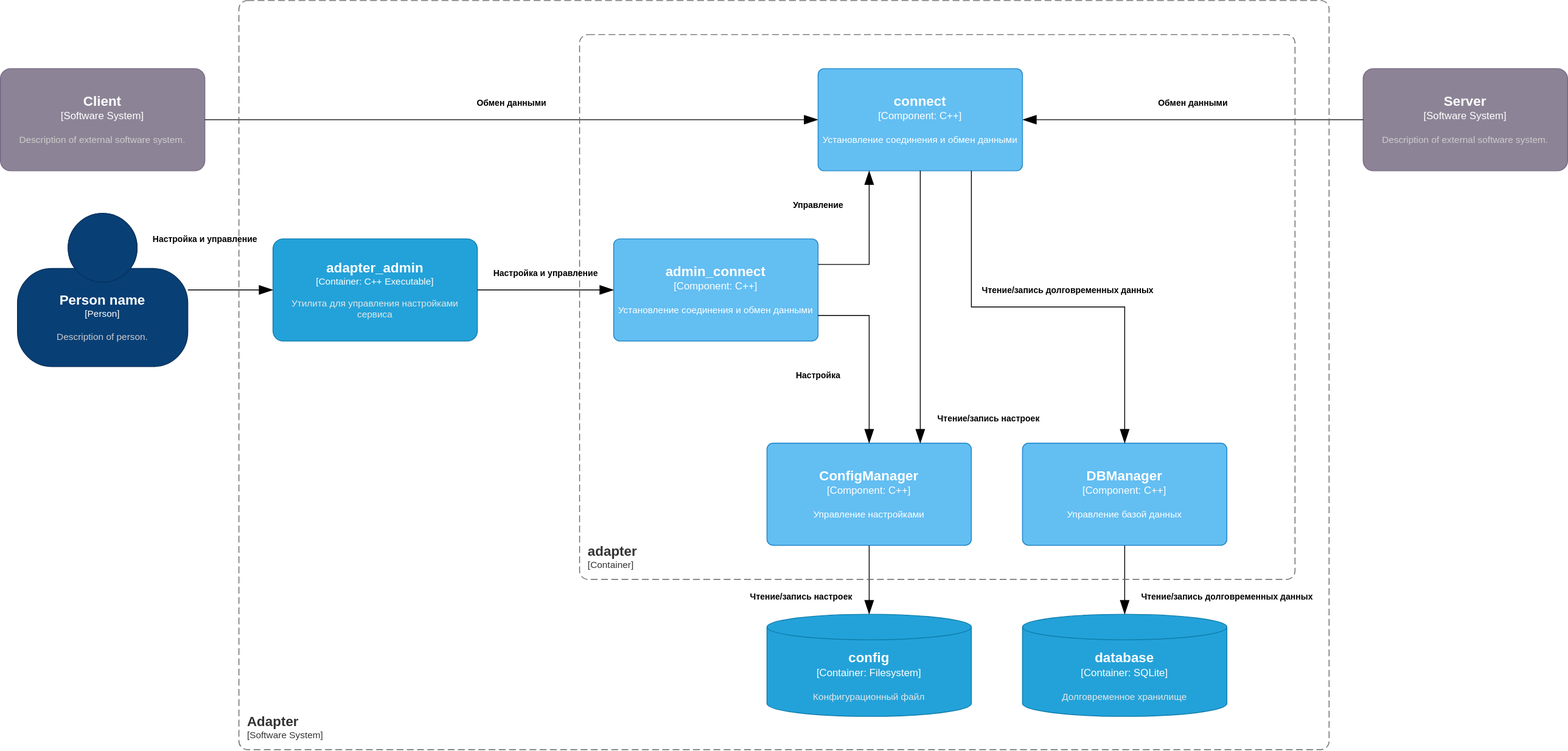
Above: diagrams/ComponentDiagram.svg in OmarovAmir/otus (draw.io), before the change. Source tidied: cells renumbered, new cells last; positions are measured from the earlier drawing's top-left corner, leaving out a move shared by most shapes.
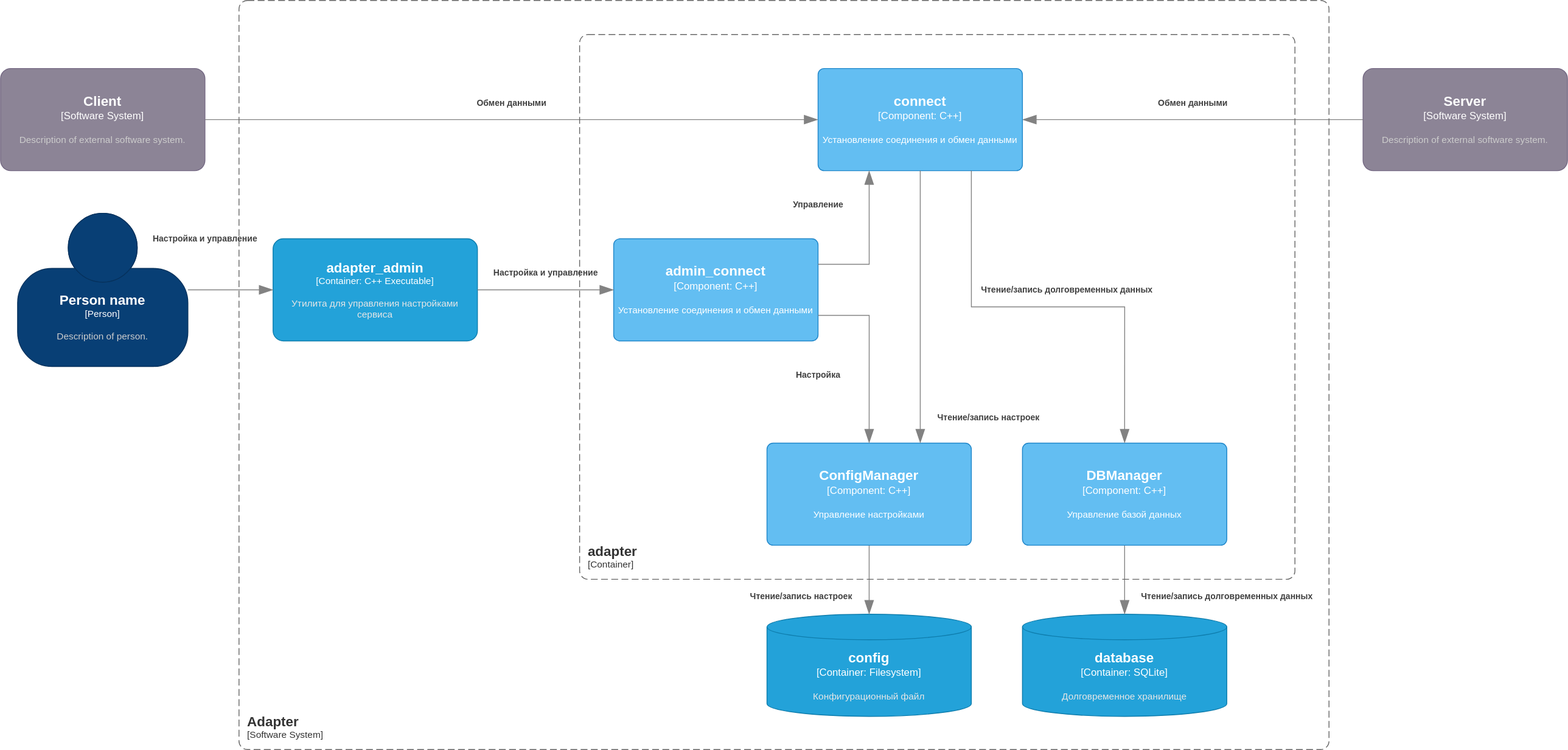
The same file after the commit.

Change to the diagram source:
```diff
@@ -1,4 +1,4 @@
-<mxGraphModel>
+<mxGraphModel background="#FFFFFF">
   <root>
     <mxCell id="0" />
     <mxCell id="1" parent="0" />
@@ -13,12 +13,12 @@
       </mxCell>
     </object>
     <object id="4" label="&lt;div style=&quot;text-align: left&quot;&gt;&lt;div style=&quot;text-align: center&quot;&gt;&lt;b&gt;%c4Description%&lt;/b&gt;&lt;/div&gt;&lt;/div&gt;" c4Description="Обмен данными" c4Type="Relationship" placeholders="1">
-      <mxCell style="endArrow=blockThin;html=1;fontSize=10;fontColor=#000000;strokeWidth=1;endFill=1;strokeColor=#000000;elbow=vertical;endSize=14;startSize=14;jumpStyle=arc;jumpSize=16;rounded=0;edgeStyle=orthogonalEdgeStyle;exitX=1;exitY=0.5;exitDx=0;exitDy=0;exitPerimeter=0;startArrow=none;startFill=0;entryX=0;entryY=0.5;entryDx=0;entryDy=0;entryPerimeter=0;labelBackgroundColor=none;" parent="1" edge="1" source="2" target="13">
+      <mxCell style="endArrow=blockThin;html=1;fontSize=10;fontColor=#404040;strokeWidth=1;endFill=1;strokeColor=#828282;elbow=vertical;endSize=14;startSize=14;jumpStyle=arc;jumpSize=16;rounded=0;edgeStyle=orthogonalEdgeStyle;exitX=1;exitY=0.5;exitDx=0;exitDy=0;exitPerimeter=0;startArrow=none;startFill=0;entryX=0;entryY=0.5;entryDx=0;entryDy=0;entryPerimeter=0;labelBackgroundColor=none;" parent="1" edge="1" source="2" target="13">
         <mxGeometry y="20" relative="1" as="geometry" />
       </mxCell>
     </object>
     <object id="5" label="&lt;div style=&quot;text-align: left&quot;&gt;&lt;div style=&quot;text-align: center&quot;&gt;&lt;b&gt;%c4Description%&lt;/b&gt;&lt;/div&gt;&lt;/div&gt;" c4Description="Обмен данными" c4Type="Relationship" placeholders="1">
-      <mxCell style="endArrow=none;html=1;fontSize=10;fontColor=#000000;strokeWidth=1;endFill=0;strokeColor=#000000;elbow=vertical;endSize=14;startSize=14;jumpStyle=arc;jumpSize=16;rounded=0;edgeStyle=orthogonalEdgeStyle;entryX=0;entryY=0.5;entryDx=0;entryDy=0;entryPerimeter=0;startArrow=blockThin;startFill=1;exitX=1;exitY=0.5;exitDx=0;exitDy=0;exitPerimeter=0;labelBackgroundColor=none;" parent="1" edge="1" source="13" target="3">
+      <mxCell style="endArrow=none;html=1;fontSize=10;fontColor=#404040;strokeWidth=1;endFill=0;strokeColor=#828282;elbow=vertical;endSize=14;startSize=14;jumpStyle=arc;jumpSize=16;rounded=0;edgeStyle=orthogonalEdgeStyle;entryX=0;entryY=0.5;entryDx=0;entryDy=0;entryPerimeter=0;startArrow=blockThin;startFill=1;exitX=1;exitY=0.5;exitDx=0;exitDy=0;exitPerimeter=0;labelBackgroundColor=none;" parent="1" edge="1" source="13" target="3">
         <mxGeometry y="20" relative="1" as="geometry" />
       </mxCell>
     </object>
@@ -43,12 +43,12 @@
       </mxCell>
     </object>
     <object id="10" label="&lt;div style=&quot;text-align: left&quot;&gt;&lt;div style=&quot;text-align: center&quot;&gt;&lt;b&gt;%c4Description%&lt;/b&gt;&lt;/div&gt;&lt;/div&gt;" c4Description="Чтение/запись настроек" c4Type="Relationship" placeholders="1">
-      <mxCell style="endArrow=blockThin;html=1;fontSize=10;fontColor=#000000;strokeWidth=1;endFill=1;strokeColor=#000000;elbow=vertical;endSize=14;startSize=14;jumpStyle=arc;jumpSize=16;rounded=0;edgeStyle=orthogonalEdgeStyle;entryX=0.5;entryY=0;entryDx=0;entryDy=0;entryPerimeter=0;startArrow=none;startFill=0;exitX=0.5;exitY=1;exitDx=0;exitDy=0;exitPerimeter=0;labelBackgroundColor=none;" parent="1" edge="1" source="15" target="8">
+      <mxCell style="endArrow=blockThin;html=1;fontSize=10;fontColor=#404040;strokeWidth=1;endFill=1;strokeColor=#828282;elbow=vertical;endSize=14;startSize=14;jumpStyle=arc;jumpSize=16;rounded=0;edgeStyle=orthogonalEdgeStyle;entryX=0.5;entryY=0;entryDx=0;entryDy=0;entryPerimeter=0;startArrow=none;startFill=0;exitX=0.5;exitY=1;exitDx=0;exitDy=0;exitPerimeter=0;labelBackgroundColor=none;" parent="1" edge="1" source="15" target="8">
         <mxGeometry x="0.48" y="-80" relative="1" as="geometry" />
       </mxCell>
     </object>
     <object id="11" label="&lt;div style=&quot;text-align: left&quot;&gt;&lt;div style=&quot;text-align: center&quot;&gt;&lt;b&gt;%c4Description%&lt;/b&gt;&lt;/div&gt;&lt;/div&gt;" c4Description="Чтение/запись долговременных данных" c4Type="Relationship" placeholders="1">
-      <mxCell style="endArrow=blockThin;html=1;fontSize=10;fontColor=#000000;strokeWidth=1;endFill=1;strokeColor=#000000;elbow=vertical;endSize=14;startSize=14;jumpStyle=arc;jumpSize=16;rounded=0;edgeStyle=orthogonalEdgeStyle;entryX=0.5;entryY=0;entryDx=0;entryDy=0;entryPerimeter=0;startArrow=none;startFill=0;exitX=0.5;exitY=1;exitDx=0;exitDy=0;exitPerimeter=0;labelBackgroundColor=none;" parent="1" edge="1" source="14" target="7">
+      <mxCell style="endArrow=blockThin;html=1;fontSize=10;fontColor=#404040;strokeWidth=1;endFill=1;strokeColor=#828282;elbow=vertical;endSize=14;startSize=14;jumpStyle=arc;jumpSize=16;rounded=0;edgeStyle=orthogonalEdgeStyle;entryX=0.5;entryY=0;entryDx=0;entryDy=0;entryPerimeter=0;startArrow=none;startFill=0;exitX=0.5;exitY=1;exitDx=0;exitDy=0;exitPerimeter=0;labelBackgroundColor=none;" parent="1" edge="1" source="14" target="7">
         <mxGeometry x="0.48" y="120" relative="1" as="geometry" />
       </mxCell>
     </object>
@@ -78,27 +78,27 @@
       </mxCell>
     </object>
     <object id="17" label="&lt;div style=&quot;text-align: left&quot;&gt;&lt;div style=&quot;text-align: center&quot;&gt;&lt;b&gt;%c4Description%&lt;/b&gt;&lt;/div&gt;&lt;/div&gt;" c4Description="Настройка и управление" c4Type="Relationship" placeholders="1">
-      <mxCell style="endArrow=blockThin;html=1;fontSize=10;fontColor=#000000;strokeWidth=1;endFill=1;strokeColor=#000000;elbow=vertical;endSize=14;startSize=14;jumpStyle=arc;jumpSize=16;rounded=0;edgeStyle=orthogonalEdgeStyle;exitX=1;exitY=0.5;exitDx=0;exitDy=0;exitPerimeter=0;entryX=0;entryY=0.5;entryDx=0;entryDy=0;entryPerimeter=0;labelBackgroundColor=none;" parent="1" edge="1" source="9" target="16">
+      <mxCell style="endArrow=blockThin;html=1;fontSize=10;fontColor=#404040;strokeWidth=1;endFill=1;strokeColor=#828282;elbow=vertical;endSize=14;startSize=14;jumpStyle=arc;jumpSize=16;rounded=0;edgeStyle=orthogonalEdgeStyle;exitX=1;exitY=0.5;exitDx=0;exitDy=0;exitPerimeter=0;entryX=0;entryY=0.5;entryDx=0;entryDy=0;entryPerimeter=0;labelBackgroundColor=none;" parent="1" edge="1" source="9" target="16">
         <mxGeometry y="20" relative="1" as="geometry" />
       </mxCell>
     </object>
     <object id="18" label="&lt;div style=&quot;text-align: left&quot;&gt;&lt;div style=&quot;text-align: center&quot;&gt;&lt;b&gt;%c4Description%&lt;/b&gt;&lt;/div&gt;&lt;/div&gt;" c4Description="Чтение/запись настроек" c4Type="Relationship" placeholders="1">
-      <mxCell style="endArrow=blockThin;html=1;fontSize=10;fontColor=#000000;strokeWidth=1;endFill=1;strokeColor=#000000;elbow=vertical;endSize=14;startSize=14;jumpStyle=arc;jumpSize=16;rounded=0;edgeStyle=orthogonalEdgeStyle;entryX=0.75;entryY=0;entryDx=0;entryDy=0;entryPerimeter=0;startArrow=none;startFill=0;exitX=0.5;exitY=1;exitDx=0;exitDy=0;exitPerimeter=0;labelBackgroundColor=none;" parent="1" edge="1" source="13" target="15">
+      <mxCell style="endArrow=blockThin;html=1;fontSize=10;fontColor=#404040;strokeWidth=1;endFill=1;strokeColor=#828282;elbow=vertical;endSize=14;startSize=14;jumpStyle=arc;jumpSize=16;rounded=0;edgeStyle=orthogonalEdgeStyle;entryX=0.75;entryY=0;entryDx=0;entryDy=0;entryPerimeter=0;startArrow=none;startFill=0;exitX=0.5;exitY=1;exitDx=0;exitDy=0;exitPerimeter=0;labelBackgroundColor=none;" parent="1" edge="1" source="13" target="15">
         <mxGeometry x="0.82" y="80" relative="1" as="geometry" />
       </mxCell>
     </object>
     <object id="19" label="&lt;div style=&quot;text-align: left&quot;&gt;&lt;div style=&quot;text-align: center&quot;&gt;&lt;b&gt;%c4Description%&lt;/b&gt;&lt;/div&gt;&lt;/div&gt;" c4Description="Чтение/запись долговременных данных" c4Type="Relationship" placeholders="1">
-      <mxCell style="endArrow=blockThin;html=1;fontSize=10;fontColor=#000000;strokeWidth=1;endFill=1;strokeColor=#000000;elbow=vertical;endSize=14;startSize=14;jumpStyle=arc;jumpSize=16;rounded=0;edgeStyle=orthogonalEdgeStyle;entryX=0.5;entryY=0;entryDx=0;entryDy=0;entryPerimeter=0;startArrow=none;startFill=0;exitX=0.75;exitY=1;exitDx=0;exitDy=0;exitPerimeter=0;labelBackgroundColor=none;" parent="1" edge="1" source="13" target="14">
+      <mxCell style="endArrow=blockThin;html=1;fontSize=10;fontColor=#404040;strokeWidth=1;endFill=1;strokeColor=#828282;elbow=vertical;endSize=14;startSize=14;jumpStyle=arc;jumpSize=16;rounded=0;edgeStyle=orthogonalEdgeStyle;entryX=0.5;entryY=0;entryDx=0;entryDy=0;entryPerimeter=0;startArrow=none;startFill=0;exitX=0.75;exitY=1;exitDx=0;exitDy=0;exitPerimeter=0;labelBackgroundColor=none;" parent="1" edge="1" source="13" target="14">
         <mxGeometry x="0.09" y="20" relative="1" as="geometry" />
       </mxCell>
     </object>
     <object id="20" label="&lt;div style=&quot;text-align: left&quot;&gt;&lt;div style=&quot;text-align: center&quot;&gt;&lt;b&gt;%c4Description%&lt;/b&gt;&lt;/div&gt;&lt;/div&gt;" c4Description="Управление" c4Type="Relationship" placeholders="1">
-      <mxCell style="endArrow=none;html=1;fontSize=10;fontColor=#000000;strokeWidth=1;endFill=0;strokeColor=#000000;elbow=vertical;endSize=14;startSize=14;jumpStyle=arc;jumpSize=16;rounded=0;edgeStyle=orthogonalEdgeStyle;entryX=1;entryY=0.25;entryDx=0;entryDy=0;entryPerimeter=0;startArrow=blockThin;startFill=1;exitX=0.25;exitY=1;exitDx=0;exitDy=0;exitPerimeter=0;labelBackgroundColor=none;" parent="1" edge="1" source="13" target="16">
+      <mxCell style="endArrow=none;html=1;fontSize=10;fontColor=#404040;strokeWidth=1;endFill=0;strokeColor=#828282;elbow=vertical;endSize=14;startSize=14;jumpStyle=arc;jumpSize=16;rounded=0;edgeStyle=orthogonalEdgeStyle;entryX=1;entryY=0.25;entryDx=0;entryDy=0;entryPerimeter=0;startArrow=blockThin;startFill=1;exitX=0.25;exitY=1;exitDx=0;exitDy=0;exitPerimeter=0;labelBackgroundColor=none;" parent="1" edge="1" source="13" target="16">
         <mxGeometry x="-0.53" y="-60" relative="1" as="geometry" />
       </mxCell>
     </object>
     <object id="21" label="&lt;div style=&quot;text-align: left&quot;&gt;&lt;div style=&quot;text-align: center&quot;&gt;&lt;b&gt;%c4Description%&lt;/b&gt;&lt;/div&gt;&lt;/div&gt;" c4Description="Настройка" c4Type="Relationship" placeholders="1">
-      <mxCell style="endArrow=blockThin;html=1;fontSize=10;fontColor=#000000;strokeWidth=1;endFill=1;strokeColor=#000000;elbow=vertical;endSize=14;startSize=14;jumpStyle=arc;jumpSize=16;rounded=0;edgeStyle=orthogonalEdgeStyle;entryX=0.5;entryY=0;entryDx=0;entryDy=0;entryPerimeter=0;startArrow=none;startFill=0;exitX=1;exitY=0.75;exitDx=0;exitDy=0;exitPerimeter=0;labelBackgroundColor=none;" parent="1" edge="1" source="16" target="15">
+      <mxCell style="endArrow=blockThin;html=1;fontSize=10;fontColor=#404040;strokeWidth=1;endFill=1;strokeColor=#828282;elbow=vertical;endSize=14;startSize=14;jumpStyle=arc;jumpSize=16;rounded=0;edgeStyle=orthogonalEdgeStyle;entryX=0.5;entryY=0;entryDx=0;entryDy=0;entryPerimeter=0;startArrow=none;startFill=0;exitX=1;exitY=0.75;exitDx=0;exitDy=0;exitPerimeter=0;labelBackgroundColor=none;" parent="1" edge="1" source="16" target="15">
         <mxGeometry x="0.24" y="-60" relative="1" as="geometry" />
       </mxCell>
     </object>
@@ -108,7 +108,7 @@
       </mxCell>
     </object>
     <object id="23" label="&lt;div style=&quot;text-align: left&quot;&gt;&lt;div style=&quot;text-align: center&quot;&gt;&lt;b&gt;%c4Description%&lt;/b&gt;&lt;/div&gt;&lt;/div&gt;" c4Description="Настройка и управление" c4Type="Relationship" placeholders="1">
-      <mxCell style="endArrow=blockThin;html=1;fontSize=10;fontColor=#000000;strokeWidth=1;endFill=1;strokeColor=#000000;elbow=vertical;endSize=14;startSize=14;jumpStyle=arc;jumpSize=16;rounded=0;edgeStyle=orthogonalEdgeStyle;exitX=1;exitY=0.5;exitDx=0;exitDy=0;exitPerimeter=0;entryX=0;entryY=0.5;entryDx=0;entryDy=0;entryPerimeter=0;labelBackgroundColor=none;" parent="1" edge="1" source="22" target="9">
+      <mxCell style="endArrow=blockThin;html=1;fontSize=10;fontColor=#404040;strokeWidth=1;endFill=1;strokeColor=#828282;elbow=vertical;endSize=14;startSize=14;jumpStyle=arc;jumpSize=16;rounded=0;edgeStyle=orthogonalEdgeStyle;exitX=1;exitY=0.5;exitDx=0;exitDy=0;exitPerimeter=0;entryX=0;entryY=0.5;entryDx=0;entryDy=0;entryPerimeter=0;labelBackgroundColor=none;" parent="1" edge="1" source="22" target="9">
         <mxGeometry x="-0.6" y="60" relative="1" as="geometry" />
       </mxCell>
     </object>
```
